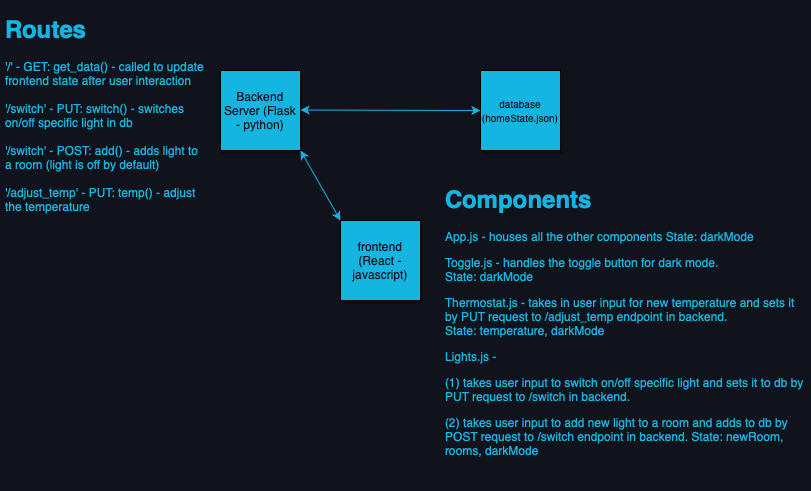
Above: src/CanooProject.png in sagardesai90/canoo-project (draw.io), before the change. Source tidied: cells renumbered, new cells last; positions are measured from the earlier drawing's top-left corner, leaving out a move shared by most shapes.
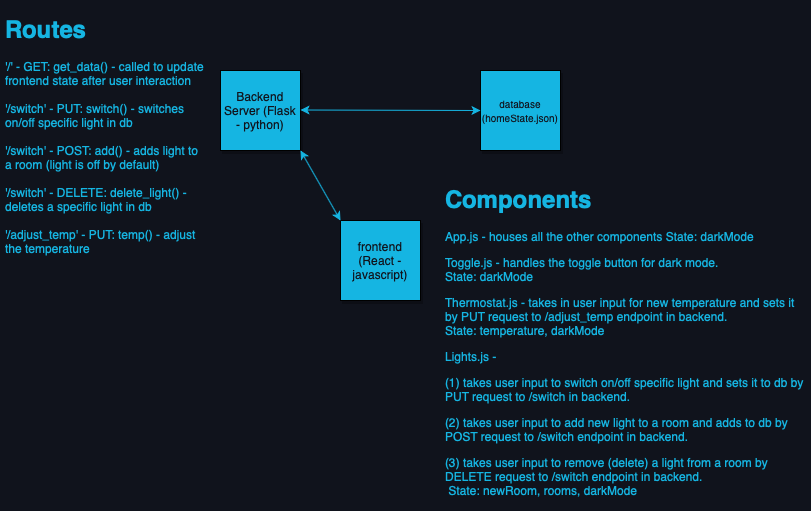
After the change.

What changed in the source:
```diff
@@ -21,11 +21,11 @@
         <mxPoint x="300" y="140" as="targetPoint" />
       </mxGeometry>
     </mxCell>
-    <mxCell id="7" value="&lt;p style=&quot;line-height: 50%&quot;&gt;&lt;/p&gt;&lt;h1&gt;Routes&lt;/h1&gt;&lt;div&gt;&lt;span style=&quot;font-size: 12px ; font-weight: normal&quot;&gt;'/' - GET: get_data() - called to update frontend state after user interaction&lt;/span&gt;&lt;/div&gt;&lt;div&gt;&lt;span style=&quot;font-size: 12px ; font-weight: normal&quot;&gt;&lt;br&gt;&lt;/span&gt;&lt;/div&gt;&lt;div&gt;&lt;span style=&quot;font-size: 12px ; font-weight: normal&quot;&gt;'/switch' - PUT: switch() - switches on/off specific light in db&lt;/span&gt;&lt;/div&gt;&lt;div&gt;&lt;span style=&quot;font-size: 12px ; font-weight: normal&quot;&gt;&lt;br&gt;&lt;/span&gt;&lt;/div&gt;&lt;div&gt;&lt;span style=&quot;font-size: 12px ; font-weight: normal&quot;&gt;'/switch' - POST: add() - adds light to a room (light is off by default)&lt;/span&gt;&lt;/div&gt;&lt;div&gt;&lt;span style=&quot;font-size: 12px ; font-weight: normal&quot;&gt;&lt;br&gt;&lt;/span&gt;&lt;/div&gt;&lt;div&gt;&lt;span style=&quot;font-size: 12px ; font-weight: normal&quot;&gt;'/adjust_temp' - PUT: temp() - adjust the temperature&lt;/span&gt;&lt;/div&gt;&lt;div&gt;&lt;span style=&quot;font-size: 12px ; font-weight: normal&quot;&gt;&lt;br&gt;&lt;/span&gt;&lt;/div&gt;&lt;p&gt;&lt;/p&gt;" style="text;html=1;strokeColor=none;fillColor=none;spacing=5;spacingTop=-20;whiteSpace=wrap;overflow=hidden;rounded=0;fontColor=#15b5e2;" parent="1" vertex="1">
+    <mxCell id="7" value="&lt;p style=&quot;line-height: 50%&quot;&gt;&lt;/p&gt;&lt;h1&gt;Routes&lt;/h1&gt;&lt;div&gt;&lt;span style=&quot;font-size: 12px ; font-weight: normal&quot;&gt;'/' - GET: get_data() - called to update frontend state after user interaction&lt;/span&gt;&lt;/div&gt;&lt;div&gt;&lt;span style=&quot;font-size: 12px ; font-weight: normal&quot;&gt;&lt;br&gt;&lt;/span&gt;&lt;/div&gt;&lt;div&gt;&lt;span style=&quot;font-size: 12px ; font-weight: normal&quot;&gt;'/switch' - PUT: switch() - switches on/off specific light in db&lt;/span&gt;&lt;/div&gt;&lt;div&gt;&lt;span style=&quot;font-size: 12px ; font-weight: normal&quot;&gt;&lt;br&gt;&lt;/span&gt;&lt;/div&gt;&lt;div&gt;&lt;span style=&quot;font-size: 12px ; font-weight: normal&quot;&gt;'/switch' - POST: add() - adds light to a room (light is off by default)&lt;/span&gt;&lt;/div&gt;&lt;div&gt;&lt;span style=&quot;font-size: 12px ; font-weight: normal&quot;&gt;&lt;br&gt;&lt;/span&gt;&lt;/div&gt;&lt;div&gt;&lt;span style=&quot;font-size: 12px ; font-weight: normal&quot;&gt;'/switch' - DELETE: delete_light() - deletes a specific light in db&lt;/span&gt;&lt;/div&gt;&lt;div&gt;&lt;span style=&quot;font-size: 12px ; font-weight: normal&quot;&gt;&lt;br&gt;&lt;/span&gt;&lt;/div&gt;&lt;div&gt;&lt;span style=&quot;font-size: 12px ; font-weight: normal&quot;&gt;'/adjust_temp' - PUT: temp() - adjust the temperature&lt;/span&gt;&lt;/div&gt;&lt;div&gt;&lt;span style=&quot;font-size: 12px ; font-weight: normal&quot;&gt;&lt;br&gt;&lt;/span&gt;&lt;/div&gt;&lt;p&gt;&lt;/p&gt;" style="text;html=1;strokeColor=none;fillColor=none;spacing=5;spacingTop=-20;whiteSpace=wrap;overflow=hidden;rounded=0;fontColor=#15b5e2;" parent="1" vertex="1">
       <mxGeometry width="210" height="250" as="geometry" />
     </mxCell>
-    <mxCell id="8" value="&lt;h1&gt;Components&lt;/h1&gt;&lt;p&gt;App.js - houses all the other components State: darkMode&lt;/p&gt;&lt;p&gt;Toggle.js - handles the toggle button for dark mode. &amp;nbsp; &amp;nbsp; &amp;nbsp; &amp;nbsp; &amp;nbsp; &amp;nbsp; &amp;nbsp; &amp;nbsp; &amp;nbsp; &amp;nbsp; &amp;nbsp; State: darkMode&lt;/p&gt;&lt;p&gt;Thermostat.js - takes in user input for new temperature and sets it by PUT request to /adjust_temp endpoint in backend. &amp;nbsp; &amp;nbsp; &amp;nbsp; &amp;nbsp; &amp;nbsp; &amp;nbsp; &amp;nbsp; State: temperature, darkMode&lt;/p&gt;&lt;p&gt;Lights.js -&amp;nbsp;&lt;/p&gt;&lt;p&gt;(1) takes user input to switch on/off specific light and sets it to db by PUT request to /switch in backend.&amp;nbsp;&lt;/p&gt;&lt;p&gt;(2) takes user input to add new light to a room and adds to db by POST request to /switch endpoint in backend. State: newRoom, rooms, darkMode&lt;/p&gt;&lt;p&gt;&lt;br&gt;&lt;/p&gt;" style="text;html=1;strokeColor=none;fillColor=none;spacing=5;spacingTop=-20;whiteSpace=wrap;overflow=hidden;rounded=0;fontColor=#15b5e2;" parent="1" vertex="1">
-      <mxGeometry x="440" y="170" width="370" height="310" as="geometry" />
+    <mxCell id="8" value="&lt;h1&gt;Components&lt;/h1&gt;&lt;p&gt;App.js - houses all the other components State: darkMode&lt;/p&gt;&lt;p&gt;Toggle.js - handles the toggle button for dark mode. &amp;nbsp; &amp;nbsp; &amp;nbsp; &amp;nbsp; &amp;nbsp; &amp;nbsp; &amp;nbsp; &amp;nbsp; &amp;nbsp; &amp;nbsp; &amp;nbsp; State: darkMode&lt;/p&gt;&lt;p&gt;Thermostat.js - takes in user input for new temperature and sets it by PUT request to /adjust_temp endpoint in backend. &amp;nbsp; &amp;nbsp; &amp;nbsp; &amp;nbsp; &amp;nbsp; &amp;nbsp; &amp;nbsp; State: temperature, darkMode&lt;/p&gt;&lt;p&gt;Lights.js -&amp;nbsp;&lt;/p&gt;&lt;p&gt;(1) takes user input to switch on/off specific light and sets it to db by PUT request to /switch in backend.&amp;nbsp;&lt;/p&gt;&lt;p&gt;(2) takes user input to add new light to a room and adds to db by POST request to /switch endpoint in backend.&amp;nbsp;&lt;/p&gt;&lt;p&gt;(3) takes user input to remove (delete) a light from a room by DELETE request to /switch endpoint in backend. &amp;nbsp; &amp;nbsp; &amp;nbsp; &amp;nbsp; &amp;nbsp; &amp;nbsp; &amp;nbsp; &amp;nbsp; &amp;nbsp; &amp;nbsp; &amp;nbsp;State: newRoom, rooms, darkMode&lt;/p&gt;&lt;p&gt;&lt;br&gt;&lt;/p&gt;" style="text;html=1;strokeColor=none;fillColor=none;spacing=5;spacingTop=-20;whiteSpace=wrap;overflow=hidden;rounded=0;fontColor=#15b5e2;" parent="1" vertex="1">
+      <mxGeometry x="440" y="170" width="370" height="330" as="geometry" />
     </mxCell>
   </root>
 </mxGraphModel>
```
